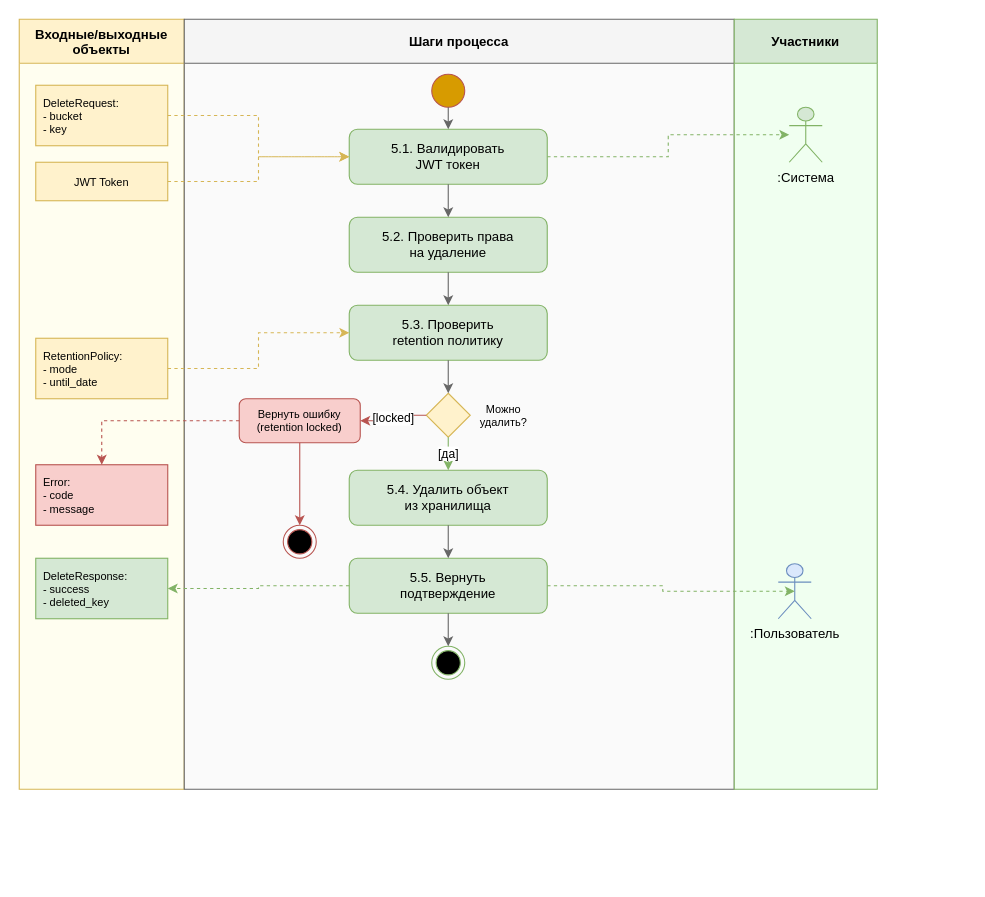
This is docs/uml/drawio/activity-tobe-05-delete.drawio from Nice0Man/object-storage, a draw.io file, before an edit. Source tidied: cells renumbered, new cells numbered last; positions are measured from the earlier drawing's top-left corner, leaving out a move shared by most shapes. Both pictures are drawn from the tidied source at 110%, with x=0, y=0 at pixel (19, 19).
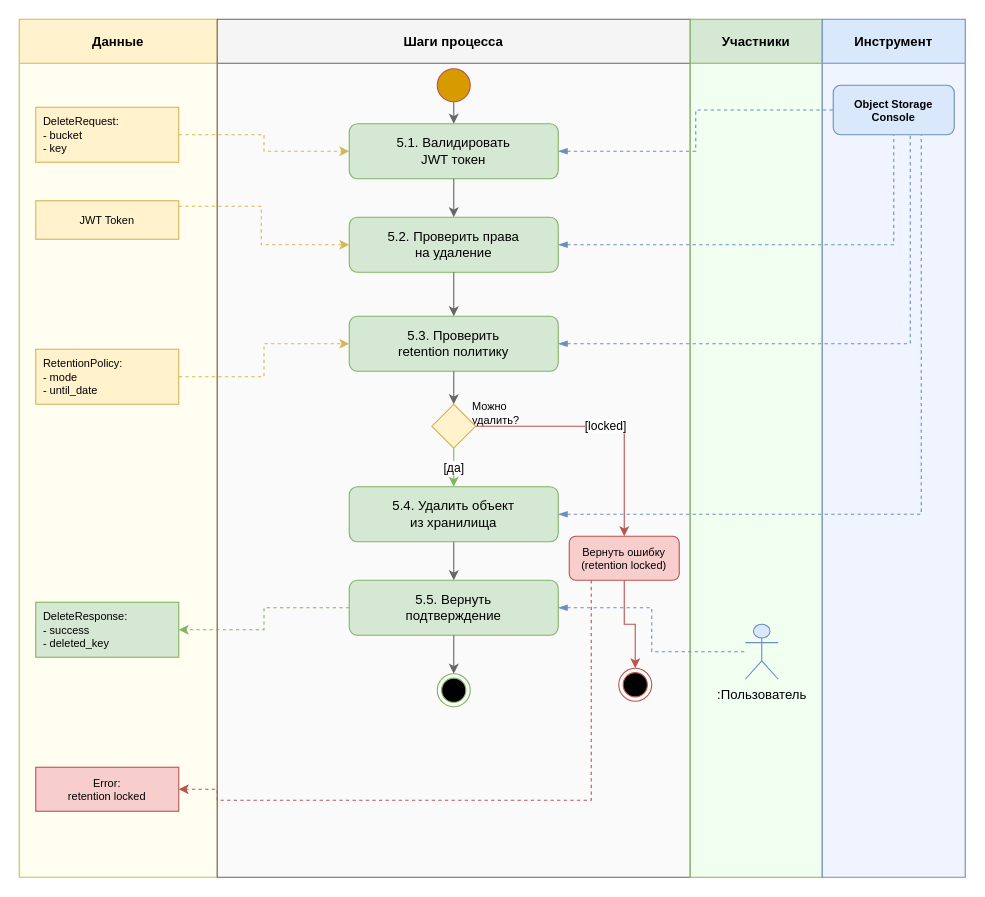
The same page after the edit.

What changed in the source:
```diff
@@
-    <mxCell id="2" value="Входные/выходные&#10;объекты" style="swimlane;startSize=40;horizontal=1;fillColor=#fff2cc;strokeColor=#d6b656;fontStyle=1;swimlaneFillColor=#fffef0;" parent="1" vertex="1">
-      <mxGeometry width="150" height="700" as="geometry" />
+    <mxCell id="2" value="Данные" style="swimlane;startSize=40;horizontal=1;fillColor=#fff2cc;strokeColor=#d6b656;fontStyle=1;swimlaneFillColor=#fffef0;" parent="1" vertex="1">
+      <mxGeometry width="180" height="780" as="geometry" />
     </mxCell>
-    <mxCell id="3" value="Error:&#10;- code&#10;- message" style="rounded=0;whiteSpace=wrap;html=1;fillColor=#f8cecc;strokeColor=#b85450;align=left;spacingLeft=5;fontSize=10;" parent="2" vertex="1">
-      <mxGeometry x="15" y="405" width="120" height="55" as="geometry" />
-    </mxCell>
     <mxCell id="4" value="Шаги процесса" style="swimlane;startSize=40;horizontal=1;fillColor=#f5f5f5;strokeColor=#666666;fontStyle=1;swimlaneFillColor=#fafafa;" parent="1" vertex="1">
-      <mxGeometry x="150" width="500" height="700" as="geometry" />
+      <mxGeometry x="180" width="430" height="780" as="geometry" />
     </mxCell>
+    <mxCell id="6" style="ellipse;html=1;shape=endState;fillColor=#000000;strokeColor=#b85450;" parent="4" vertex="1">
+      <mxGeometry x="365" y="590" width="30" height="30" as="geometry" />
+    </mxCell>
     <mxCell id="5" value="Вернуть ошибку&#10;(retention locked)" style="rounded=1;whiteSpace=wrap;html=1;fillColor=#f8cecc;strokeColor=#b85450;fontSize=10;" parent="4" vertex="1">
-      <mxGeometry x="50" y="345" width="110" height="40" as="geometry" />
+      <mxGeometry x="320" y="470" width="100" height="40" as="geometry" />
     </mxCell>
-    <mxCell id="6" style="ellipse;html=1;shape=endState;fillColor=#000000;strokeColor=#b85450;" parent="4" vertex="1">
-      <mxGeometry x="90" y="460" width="30" height="30" as="geometry" />
-    </mxCell>
@@
+    <mxCell id="21" value="Можно&#10;удалить?" style="text;html=1;strokeColor=none;fillColor=none;fontSize=10;" parent="4" vertex="1">
+      <mxGeometry x="230" y="340" width="55" height="35" as="geometry" />
+    </mxCell>
     <mxCell id="8" value="Участники" style="swimlane;startSize=40;horizontal=1;fillColor=#d5e8d4;strokeColor=#82b366;fontStyle=1;swimlaneFillColor=#f0fff0;" parent="1" vertex="1">
-      <mxGeometry x="650" width="130" height="700" as="geometry" />
+      <mxGeometry x="610" width="120" height="780" as="geometry" />
     </mxCell>
     <mxCell id="9" value=":Пользователь" style="shape=umlActor;verticalLabelPosition=bottom;verticalAlign=top;html=1;outlineConnect=0;fillColor=#dae8fc;strokeColor=#6c8ebf;" parent="8" vertex="1">
-      <mxGeometry x="40" y="495" width="30" height="50" as="geometry" />
+      <mxGeometry x="50" y="550" width="30" height="50" as="geometry" />
     </mxCell>
-    <mxCell id="10" value=":Система" style="shape=umlActor;verticalLabelPosition=bottom;verticalAlign=top;html=1;outlineConnect=0;fillColor=#d5e8d4;strokeColor=#82b366;" parent="8" vertex="1">
-      <mxGeometry x="50" y="80" width="30" height="50" as="geometry" />
-    </mxCell>
+    <mxCell id="39" value="Инструмент" style="swimlane;startSize=40;horizontal=1;fillColor=#dae8fc;strokeColor=#6c8ebf;fontStyle=1;swimlaneFillColor=#f0f4ff;" parent="1" vertex="1">
+      <mxGeometry x="730" width="130" height="780" as="geometry" />
+    </mxCell>
+    <mxCell id="40" value="Object Storage&#10;Console" style="rounded=1;whiteSpace=wrap;html=1;fillColor=#dae8fc;strokeColor=#6c8ebf;fontStyle=1;fontSize=10;" parent="39" vertex="1">
+      <mxGeometry x="10" y="60" width="110" height="45" as="geometry" />
+    </mxCell>
     <mxCell id="11" value="DeleteRequest:&#10;- bucket&#10;- key" style="rounded=0;whiteSpace=wrap;html=1;fillColor=#fff2cc;strokeColor=#d6b656;align=left;spacingLeft=5;fontSize=10;" parent="1" vertex="1">
-      <mxGeometry x="15" y="60" width="120" height="55" as="geometry" />
+      <mxGeometry x="15" y="80" width="130" height="50" as="geometry" />
     </mxCell>
     <mxCell id="12" value="JWT Token" style="rounded=0;whiteSpace=wrap;html=1;fillColor=#fff2cc;strokeColor=#d6b656;fontSize=10;" parent="1" vertex="1">
-      <mxGeometry x="15" y="130" width="120" height="35" as="geometry" />
+      <mxGeometry x="15" y="165" width="130" height="35" as="geometry" />
     </mxCell>
     <mxCell id="13" value="RetentionPolicy:&#10;- mode&#10;- until_date" style="rounded=0;whiteSpace=wrap;html=1;fillColor=#fff2cc;strokeColor=#d6b656;align=left;spacingLeft=5;fontSize=10;" parent="1" vertex="1">
-      <mxGeometry x="15" y="290" width="120" height="55" as="geometry" />
+      <mxGeometry x="15" y="300" width="130" height="50" as="geometry" />
     </mxCell>
     <mxCell id="14" value="DeleteResponse:&#10;- success&#10;- deleted_key" style="rounded=0;whiteSpace=wrap;html=1;fillColor=#d5e8d4;strokeColor=#82b366;align=left;spacingLeft=5;fontSize=10;" parent="1" vertex="1">
-      <mxGeometry x="15" y="490" width="120" height="55" as="geometry" />
+      <mxGeometry x="15" y="530" width="130" height="50" as="geometry" />
     </mxCell>
+    <mxCell id="3" value="Error:&#10;retention locked" style="rounded=0;whiteSpace=wrap;html=1;fillColor=#f8cecc;strokeColor=#b85450;fontSize=10;" parent="1" vertex="1">
+      <mxGeometry x="15" y="680" width="130" height="40" as="geometry" />
+    </mxCell>
     <mxCell id="15" style="ellipse;whiteSpace=wrap;html=1;fillColor=#d79b00;strokeColor=#b85450;" parent="1" vertex="1">
-      <mxGeometry x="375" y="50" width="30" height="30" as="geometry" />
+      <mxGeometry x="380" y="45" width="30" height="30" as="geometry" />
     </mxCell>
-    <mxCell id="16" style="edgeStyle=orthogonalEdgeStyle;rounded=0;jettySize=auto;html=1;exitX=1;exitY=0.5;exitDx=0;exitDy=0;strokeColor=#82b366;fontColor=#143642;fillColor=#d5e8d4;dashed=1;" parent="1" edge="1" source="17" target="10">
-      <mxGeometry relative="1" as="geometry" />
-    </mxCell>
     <mxCell id="17" value="5.1. Валидировать&#10;JWT токен" style="rounded=1;whiteSpace=wrap;html=1;fillColor=#d5e8d4;strokeColor=#82b366;" parent="1" vertex="1">
-      <mxGeometry x="300" y="100" width="180" height="50" as="geometry" />
+      <mxGeometry x="300" y="95" width="190" height="50" as="geometry" />
     </mxCell>
     <mxCell id="18" value="5.2. Проверить права&#10;на удаление" style="rounded=1;whiteSpace=wrap;html=1;fillColor=#d5e8d4;strokeColor=#82b366;" parent="1" vertex="1">
-      <mxGeometry x="300" y="180" width="180" height="50" as="geometry" />
+      <mxGeometry x="300" y="180" width="190" height="50" as="geometry" />
     </mxCell>
     <mxCell id="19" value="5.3. Проверить&#10;retention политику" style="rounded=1;whiteSpace=wrap;html=1;fillColor=#d5e8d4;strokeColor=#82b366;" parent="1" vertex="1">
-      <mxGeometry x="300" y="260" width="180" height="50" as="geometry" />
+      <mxGeometry x="300" y="270" width="190" height="50" as="geometry" />
     </mxCell>
-    <mxCell id="20" style="rhombus;whiteSpace=wrap;html=1;fillColor=#fff2cc;strokeColor=#d6b656;" parent="1" vertex="1">
-      <mxGeometry x="370" y="340" width="40" height="40" as="geometry" />
-    </mxCell>
-    <mxCell id="21" value="Можно&#10;удалить?" style="text;html=1;strokeColor=none;fillColor=none;align=center;verticalAlign=middle;fontSize=10;" parent="1" vertex="1">
-      <mxGeometry x="410" y="340" width="60" height="40" as="geometry" />
-    </mxCell>
+    <mxCell id="41" style="rhombus;whiteSpace=wrap;html=1;fillColor=#fff2cc;strokeColor=#d6b656;" parent="1" vertex="1">
+      <mxGeometry x="375" y="350" width="40" height="40" as="geometry" />
+    </mxCell>
     <mxCell id="22" value="5.4. Удалить объект&#10;из хранилища" style="rounded=1;whiteSpace=wrap;html=1;fillColor=#d5e8d4;strokeColor=#82b366;" parent="1" vertex="1">
-      <mxGeometry x="300" y="410" width="180" height="50" as="geometry" />
+      <mxGeometry x="300" y="425" width="190" height="50" as="geometry" />
     </mxCell>
     <mxCell id="23" value="5.5. Вернуть&#10;подтверждение" style="rounded=1;whiteSpace=wrap;html=1;fillColor=#d5e8d4;strokeColor=#82b366;" parent="1" vertex="1">
-      <mxGeometry x="300" y="490" width="180" height="50" as="geometry" />
+      <mxGeometry x="300" y="510" width="190" height="50" as="geometry" />
     </mxCell>
     <mxCell id="24" style="ellipse;html=1;shape=endState;fillColor=#000000;strokeColor=#82b366;" parent="1" vertex="1">
-      <mxGeometry x="375" y="570" width="30" height="30" as="geometry" />
+      <mxGeometry x="380" y="595" width="30" height="30" as="geometry" />
     </mxCell>
@@
-    <mxCell id="28" style="edgeStyle=orthogonalEdgeStyle;rounded=0;html=1;strokeColor=#666666;" parent="1" edge="1" source="19" target="20">
-      <mxGeometry relative="1" as="geometry" />
-    </mxCell>
+    <mxCell id="42" style="edgeStyle=orthogonalEdgeStyle;rounded=0;html=1;strokeColor=#666666;" parent="1" edge="1" source="19" target="41">
+      <mxGeometry relative="1" as="geometry" />
+    </mxCell>
-    <mxCell id="29" value="[да]" style="edgeStyle=orthogonalEdgeStyle;rounded=0;html=1;strokeColor=#82b366;" parent="1" edge="1" source="20" target="22">
+    <mxCell id="29" value="[да]" style="edgeStyle=orthogonalEdgeStyle;rounded=0;html=1;strokeColor=#82b366;" parent="1" edge="1" source="41" target="22">
       <mxGeometry relative="1" as="geometry" />
     </mxCell>
-    <mxCell id="30" value="[locked]" style="edgeStyle=orthogonalEdgeStyle;rounded=0;html=1;strokeColor=#b85450;" parent="1" edge="1" source="20" target="5">
+    <mxCell id="30" value="[locked]" style="edgeStyle=orthogonalEdgeStyle;rounded=0;html=1;strokeColor=#b85450;exitX=1;exitY=0.5;exitDx=0;exitDy=0;" parent="1" edge="1" source="41" target="5">
       <mxGeometry relative="1" as="geometry" />
     </mxCell>
@@
-    <mxCell id="34" style="edgeStyle=orthogonalEdgeStyle;rounded=0;html=1;dashed=1;strokeColor=#d6b656;" parent="1" edge="1" source="12" target="17">
-      <mxGeometry relative="1" as="geometry" />
-    </mxCell>
+    <mxCell id="43" style="edgeStyle=orthogonalEdgeStyle;rounded=0;html=1;dashed=1;strokeColor=#d6b656;entryX=0;entryY=0.5;entryDx=0;entryDy=0;" parent="1" edge="1" source="12" target="18">
+      <mxGeometry relative="1" as="geometry">
+        <Array as="points">
+          <mxPoint x="220" y="170" />
+          <mxPoint x="220" y="205" />
+        </Array>
+      </mxGeometry>
+    </mxCell>
@@
     <mxCell id="37" style="edgeStyle=orthogonalEdgeStyle;rounded=0;html=1;dashed=1;strokeColor=#b85450;" parent="1" edge="1" source="5" target="3">
-      <mxGeometry relative="1" as="geometry" />
+      <mxGeometry relative="1" as="geometry">
+        <Array as="points">
+          <mxPoint x="520" y="710" />
+          <mxPoint x="180" y="710" />
+          <mxPoint x="180" y="700" />
+        </Array>
+      </mxGeometry>
     </mxCell>
-    <mxCell id="38" style="edgeStyle=orthogonalEdgeStyle;rounded=0;jettySize=auto;html=1;exitX=1;exitY=0.5;exitDx=0;exitDy=0;entryX=0.5;entryY=0.5;entryDx=0;entryDy=0;entryPerimeter=0;strokeColor=#82b366;fontColor=#143642;fillColor=#d5e8d4;dashed=1;" parent="1" edge="1" source="23" target="9">
+    <mxCell id="38" style="edgeStyle=orthogonalEdgeStyle;rounded=0;html=1;dashed=1;strokeColor=#6c8ebf;startArrow=blockThin;startFill=1;endArrow=none;endFill=0;" parent="1" edge="1" source="23" target="9">
       <mxGeometry relative="1" as="geometry" />
     </mxCell>
+    <mxCell id="44" style="edgeStyle=orthogonalEdgeStyle;rounded=0;html=1;dashed=1;strokeColor=#6c8ebf;startArrow=blockThin;startFill=1;endArrow=none;endFill=0;" parent="1" edge="1" source="17" target="40">
+      <mxGeometry relative="1" as="geometry" />
+    </mxCell>
+    <mxCell id="45" style="edgeStyle=orthogonalEdgeStyle;rounded=0;html=1;dashed=1;strokeColor=#6c8ebf;startArrow=blockThin;startFill=1;endArrow=none;endFill=0;" parent="1" edge="1" source="18" target="40">
+      <mxGeometry relative="1" as="geometry" />
+    </mxCell>
+    <mxCell id="46" style="edgeStyle=orthogonalEdgeStyle;rounded=0;html=1;dashed=1;strokeColor=#6c8ebf;startArrow=blockThin;startFill=1;endArrow=none;endFill=0;" parent="1" edge="1" source="19" target="40">
+      <mxGeometry relative="1" as="geometry">
+        <Array as="points">
+          <mxPoint x="810" y="295" />
+        </Array>
+      </mxGeometry>
+    </mxCell>
+    <mxCell id="47" style="edgeStyle=orthogonalEdgeStyle;rounded=0;html=1;dashed=1;strokeColor=#6c8ebf;startArrow=blockThin;startFill=1;endArrow=none;endFill=0;" parent="1" edge="1" source="22" target="40">
+      <mxGeometry relative="1" as="geometry">
+        <Array as="points">
+          <mxPoint x="820" y="450" />
+        </Array>
+      </mxGeometry>
+    </mxCell>
```
